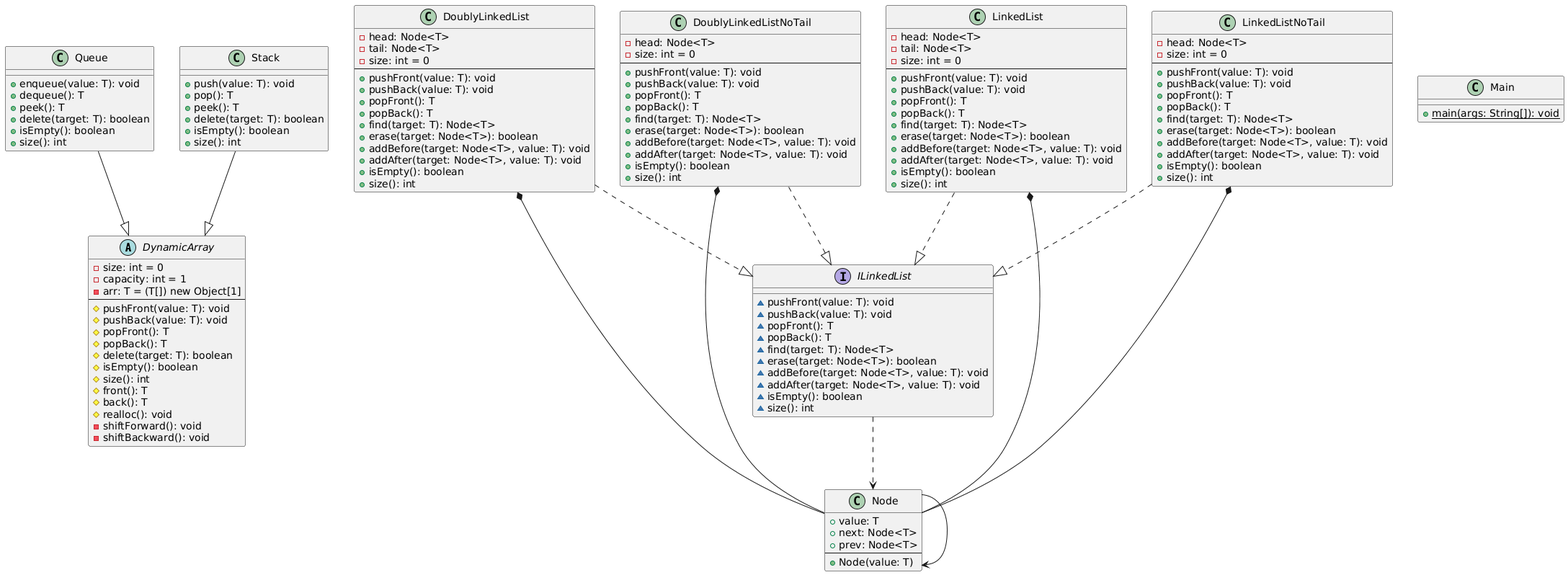
Earlier version of the PlantUML export docs/assets/uml.png (Andresit1524-Uni/lab1_edd). Source of this version:
```plantuml
@startuml
abstract class DynamicArray {
  -size: int = 0
  -capacity: int = 1
  -arr: T = (T[]) new Object[1]
  --
  #pushFront(value: T): void
  #pushBack(value: T): void
  #popFront(): T
  #popBack(): T
  #delete(target: T): boolean
  #isEmpty(): boolean
  #size(): int
  #front(): T
  #back(): T
  #realloc(): void
  -shiftForward(): void
  -shiftBackward(): void
}

class Queue {
  +enqueue(value: T): void
  +dequeue(): T
  +peek(): T
  +delete(target: T): boolean
  +isEmpty(): boolean
  +size(): int
}

class Stack {
  +push(value: T): void
  +pop(): T
  +peek(): T
  +delete(target: T): boolean
  +isEmpty(): boolean
  +size(): int
}

interface ILinkedList {
  ~pushFront(value: T): void
  ~pushBack(value: T): void
  ~popFront(): T
  ~popBack(): T
  ~find(target: T): Node<T>
  ~erase(target: Node<T>): boolean
  ~addBefore(target: Node<T>, value: T): void
  ~addAfter(target: Node<T>, value: T): void
  ~isEmpty(): boolean
  ~size(): int
}

class Node {
  +value: T
  +next: Node<T>
  +prev: Node<T>
  --
  +Node(value: T)
}

class DoublyLinkedList {
  -head: Node<T>
  -tail: Node<T>
  -size: int = 0
  --
  +pushFront(value: T): void
  +pushBack(value: T): void
  +popFront(): T
  +popBack(): T
  +find(target: T): Node<T>
  +erase(target: Node<T>): boolean
  +addBefore(target: Node<T>, value: T): void
  +addAfter(target: Node<T>, value: T): void
  +isEmpty(): boolean
  +size(): int
}

class DoublyLinkedListNoTail {
  -head: Node<T>
  -size: int = 0
  --
  +pushFront(value: T): void
  +pushBack(value: T): void
  +popFront(): T
  +popBack(): T
  +find(target: T): Node<T>
  +erase(target: Node<T>): boolean
  +addBefore(target: Node<T>, value: T): void
  +addAfter(target: Node<T>, value: T): void
  +isEmpty(): boolean
  +size(): int
}

class LinkedList {
  -head: Node<T>
  -tail: Node<T>
  -size: int = 0
  --
  +pushFront(value: T): void
  +pushBack(value: T): void
  +popFront(): T
  +popBack(): T
  +find(target: T): Node<T>
  +erase(target: Node<T>): boolean
  +addBefore(target: Node<T>, value: T): void
  +addAfter(target: Node<T>, value: T): void
  +isEmpty(): boolean
  +size(): int
}

class LinkedListNoTail {
  -head: Node<T>
  -size: int = 0
  --
  +pushFront(value: T): void
  +pushBack(value: T): void
  +popFront(): T
  +popBack(): T
  +find(target: T): Node<T>
  +erase(target: Node<T>): boolean
  +addBefore(target: Node<T>, value: T): void
  +addAfter(target: Node<T>, value: T): void
  +isEmpty(): boolean
  +size(): int
}

class Main {
  +{static} main(args: String[]): void
}

Queue --|> DynamicArray
Stack --|> DynamicArray
ILinkedList ..> Node
Node --> Node
DoublyLinkedList ..|> ILinkedList
DoublyLinkedList *-- Node
DoublyLinkedListNoTail ..|> ILinkedList
DoublyLinkedListNoTail *-- Node
LinkedList ..|> ILinkedList
LinkedList *-- Node
LinkedListNoTail ..|> ILinkedList
LinkedListNoTail *-- Node
@enduml
```
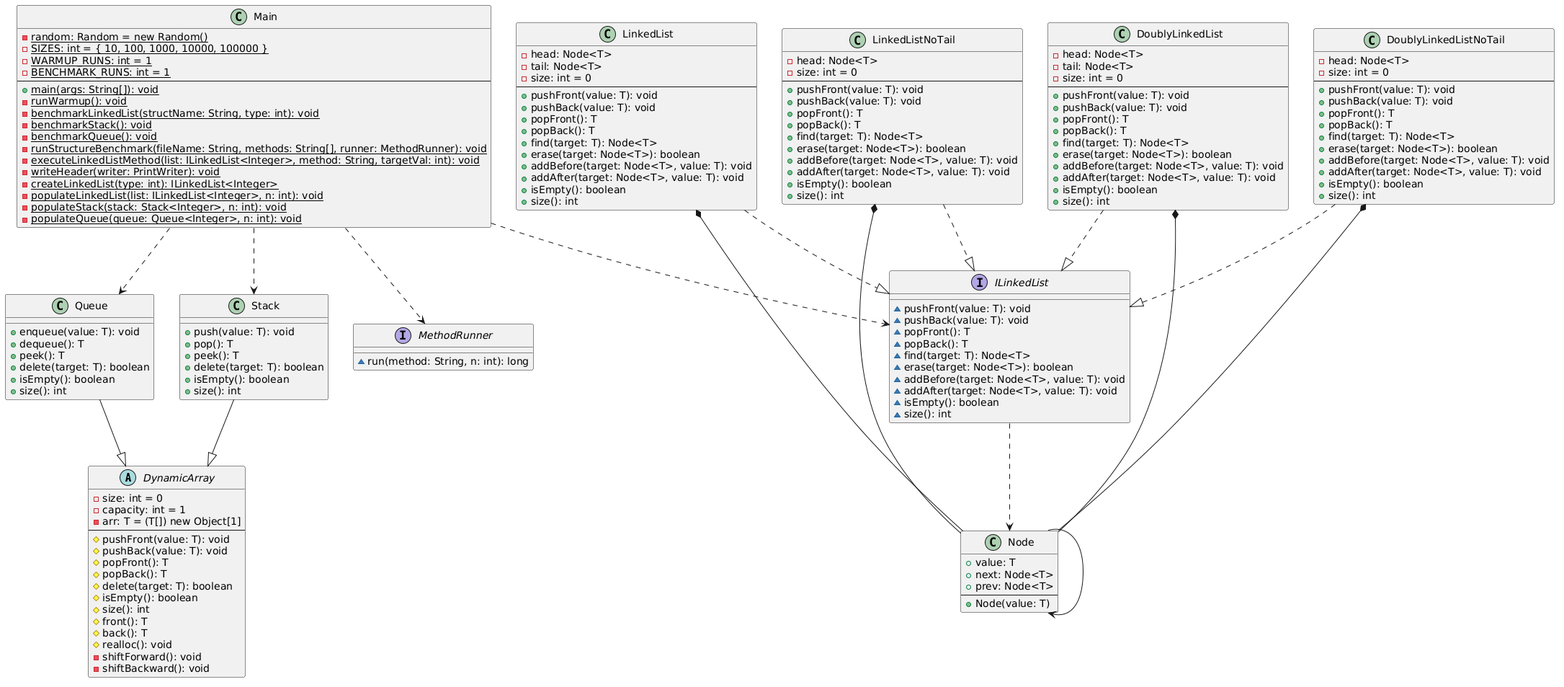
After the change.

Change to the diagram source:
```diff
@@ -124,7 +124,27 @@
 }
 
 class Main {
+  -{static} random: Random = new Random()
+  -{static} SIZES: int = { 10, 100, 1000, 10000, 100000 }
+  -{static} WARMUP_RUNS: int = 1
+  -{static} BENCHMARK_RUNS: int = 1
+  --
   +{static} main(args: String[]): void
+  -{static} runWarmup(): void
+  -{static} benchmarkLinkedList(structName: String, type: int): void
+  -{static} benchmarkStack(): void
+  -{static} benchmarkQueue(): void
+  -{static} runStructureBenchmark(fileName: String, methods: String[], runner: MethodRunner): void
+  -{static} executeLinkedListMethod(list: ILinkedList<Integer>, method: String, targetVal: int): void
+  -{static} writeHeader(writer: PrintWriter): void
+  -{static} createLinkedList(type: int): ILinkedList<Integer>
+  -{static} populateLinkedList(list: ILinkedList<Integer>, n: int): void
+  -{static} populateStack(stack: Stack<Integer>, n: int): void
+  -{static} populateQueue(queue: Queue<Integer>, n: int): void
+}
+
+interface MethodRunner {
+  ~run(method: String, n: int): long
 }
 
 Queue --|> DynamicArray
@@ -139,4 +159,8 @@
 LinkedList *-- Node
 LinkedListNoTail ..|> ILinkedList
 LinkedListNoTail *-- Node
+Main ..> MethodRunner
+Main ..> ILinkedList
+Main ..> Stack
+Main ..> Queue
 @enduml
```
